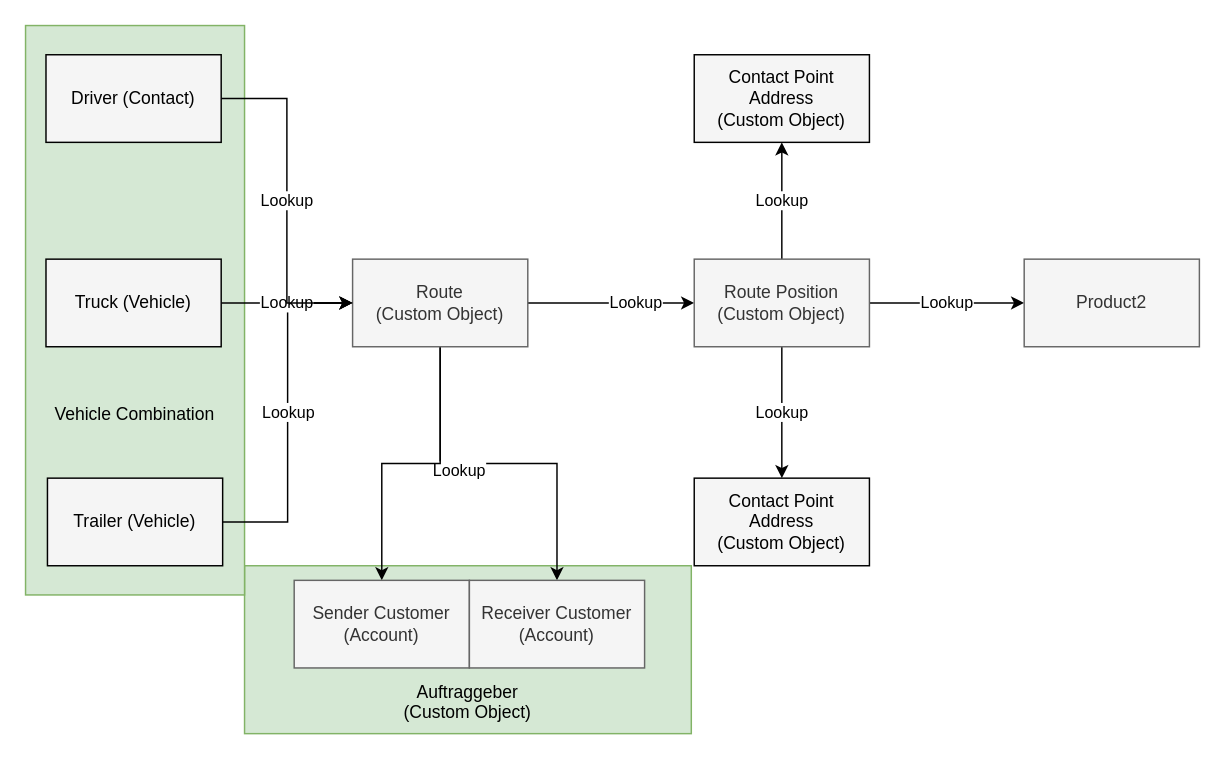
This is MultipleAdresses.drawio from GerkeBF/GerkeBF.github.io, a draw.io file, before an edit. Source tidied: cells renumbered, new cells numbered last; positions are measured from the earlier drawing's top-left corner, leaving out a move shared by most shapes. Both pictures are drawn from the tidied source at 146%, with x=0, y=0 at pixel (25, 25).
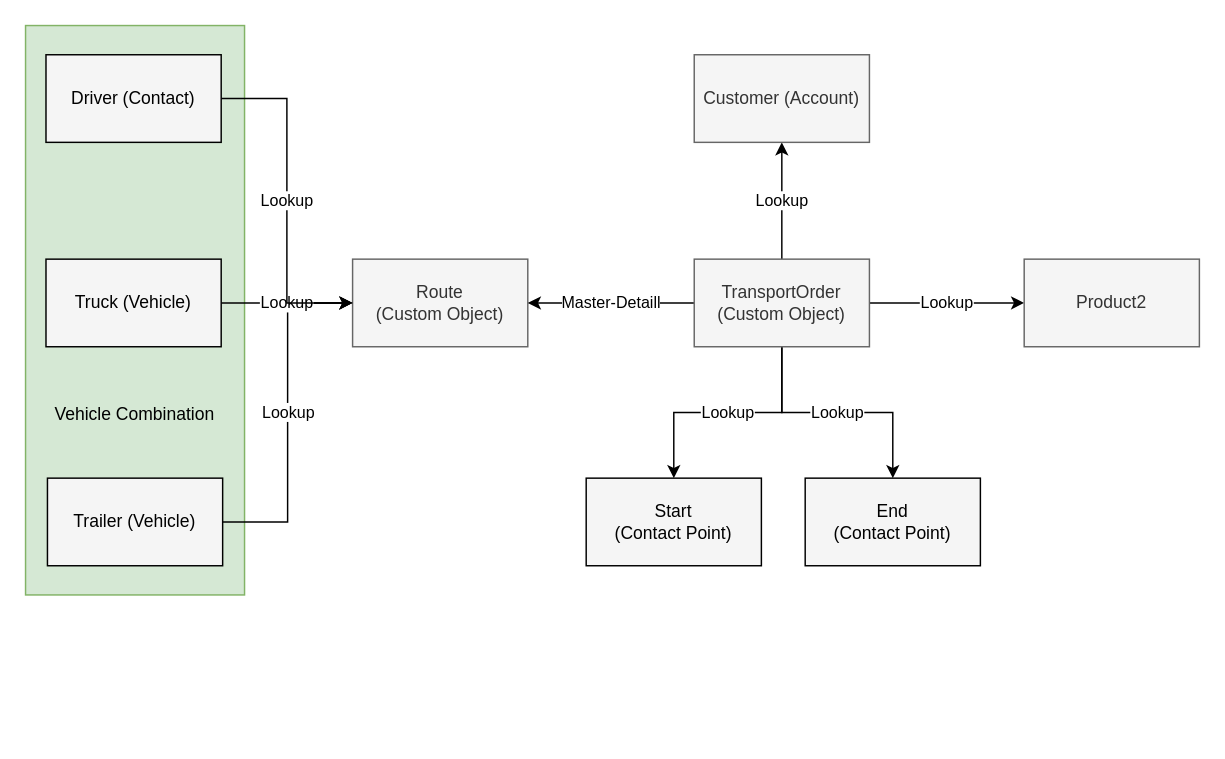
After the change.

The change refers to these unchanged cells:
```xml
<mxCell id="9" value="Route &lt;br&gt;(Custom Object)" style="rounded=0;whiteSpace=wrap;html=1;fillColor=#f5f5f5;fontColor=#333333;strokeColor=#666666;" parent="1" vertex="1">
  <mxGeometry x="224" y="160" width="120" height="60" as="geometry" />
</mxCell>
```

The edit, as a diff of the source:
```diff
@@
-    <mxCell id="2" value="&lt;br&gt;&lt;br&gt;&lt;br&gt;&lt;br&gt;&lt;br&gt;Auftraggeber &lt;br&gt;(Custom Object)" style="rounded=0;whiteSpace=wrap;html=1;fillColor=#d5e8d4;strokeColor=#82b366;" parent="1" vertex="1">
-      <mxGeometry x="150" y="370" width="306" height="115" as="geometry" />
-    </mxCell>
@@
-    <mxCell id="4" style="edgeStyle=orthogonalEdgeStyle;rounded=0;jettySize=auto;html=1;exitX=0.5;exitY=1;exitDx=0;exitDy=0;" parent="1" edge="1" source="9" target="11">
-      <mxGeometry relative="1" as="geometry" />
-    </mxCell>
-    <mxCell id="5" value="Lookup&lt;br&gt;" style="edgeLabel;html=1;align=center;verticalAlign=middle;" parent="4" vertex="1">
-      <mxGeometry x="-0.24" y="3" relative="1" as="geometry">
-        <mxPoint x="1" y="7" as="offset" />
-      </mxGeometry>
-    </mxCell>
-    <mxCell id="6" style="edgeStyle=orthogonalEdgeStyle;rounded=0;jettySize=auto;html=1;exitX=1;exitY=0.5;exitDx=0;exitDy=0;entryX=0;entryY=0.5;entryDx=0;entryDy=0;" parent="1" edge="1" source="9" target="15">
-      <mxGeometry relative="1" as="geometry" />
-    </mxCell>
-    <mxCell id="7" value="Lookup" style="edgeLabel;html=1;align=center;verticalAlign=middle;" parent="6" vertex="1">
-      <mxGeometry x="0.28" y="1" relative="1" as="geometry" />
-    </mxCell>
-    <mxCell id="8" style="edgeStyle=orthogonalEdgeStyle;rounded=0;jettySize=auto;html=1;exitX=0.5;exitY=1;exitDx=0;exitDy=0;entryX=0.5;entryY=0;entryDx=0;entryDy=0;" parent="1" edge="1" source="9" target="10">
-      <mxGeometry relative="1" as="geometry" />
-    </mxCell>
+    <mxCell id="25" value="Lookup" style="edgeStyle=orthogonalEdgeStyle;rounded=0;jettySize=auto;html=1;exitX=0.5;exitY=0;exitDx=0;exitDy=0;entryX=0.5;entryY=1;entryDx=0;entryDy=0;" parent="1" edge="1" source="15" target="10">
+      <mxGeometry relative="1" as="geometry" />
+    </mxCell>
@@
-    <mxCell id="10" value="Sender Customer (Account)" style="rounded=0;whiteSpace=wrap;html=1;fillColor=#f5f5f5;fontColor=#333333;strokeColor=#666666;" parent="1" vertex="1">
-      <mxGeometry x="184" y="380" width="120" height="60" as="geometry" />
+    <mxCell id="10" value="Customer (Account)" style="rounded=0;whiteSpace=wrap;html=1;fillColor=#f5f5f5;fontColor=#333333;strokeColor=#666666;" parent="1" vertex="1">
+      <mxGeometry x="458" y="20" width="120" height="60" as="geometry" />
     </mxCell>
-    <mxCell id="11" value="Receiver Customer (Account)&lt;br&gt;" style="rounded=0;whiteSpace=wrap;html=1;fillColor=#f5f5f5;fontColor=#333333;strokeColor=#666666;" parent="1" vertex="1">
-      <mxGeometry x="304" y="380" width="120" height="60" as="geometry" />
-    </mxCell>
@@
-    <mxCell id="13" value="Lookup" style="edgeStyle=orthogonalEdgeStyle;rounded=0;jettySize=auto;html=1;exitX=0.5;exitY=0;exitDx=0;exitDy=0;" parent="1" edge="1" source="15" target="18">
+    <mxCell id="13" value="Lookup" style="edgeStyle=orthogonalEdgeStyle;rounded=0;jettySize=auto;html=1;exitX=0.5;exitY=1;exitDx=0;exitDy=0;" parent="1" edge="1" source="15" target="18">
       <mxGeometry relative="1" as="geometry" />
     </mxCell>
@@
+    <mxCell id="26" value="Master-Detaill" style="edgeStyle=orthogonalEdgeStyle;rounded=0;jettySize=auto;html=1;exitX=0;exitY=0.5;exitDx=0;exitDy=0;entryX=1;entryY=0.5;entryDx=0;entryDy=0;" parent="1" edge="1" source="15" target="9">
+      <mxGeometry relative="1" as="geometry" />
+    </mxCell>
-    <mxCell id="15" value="Route Position&lt;br&gt;(Custom Object)" style="rounded=0;whiteSpace=wrap;html=1;fillColor=#f5f5f5;fontColor=#333333;strokeColor=#666666;" parent="1" vertex="1">
+    <mxCell id="15" value="TransportOrder&lt;br&gt;(Custom Object)" style="rounded=0;whiteSpace=wrap;html=1;fillColor=#f5f5f5;fontColor=#333333;strokeColor=#666666;" parent="1" vertex="1">
       <mxGeometry x="458" y="160" width="120" height="60" as="geometry" />
     </mxCell>
@@
-    <mxCell id="17" value="Contact Point Address&lt;br&gt;(Custom Object)" style="rounded=0;whiteSpace=wrap;html=1;fillColor=#F5F5F5;" parent="1" vertex="1">
-      <mxGeometry x="458" y="310" width="120" height="60" as="geometry" />
+    <mxCell id="17" value="End&lt;br&gt;(Contact Point)" style="rounded=0;whiteSpace=wrap;html=1;fillColor=#F5F5F5;" parent="1" vertex="1">
+      <mxGeometry x="534" y="310" width="120" height="60" as="geometry" />
     </mxCell>
-    <mxCell id="18" value="Contact Point Address &lt;br&gt;(Custom Object)" style="rounded=0;whiteSpace=wrap;html=1;fillColor=#F5F5F5;" parent="1" vertex="1">
-      <mxGeometry x="458" y="20" width="120" height="60" as="geometry" />
+    <mxCell id="18" value="Start&lt;br&gt;(Contact Point)" style="rounded=0;whiteSpace=wrap;html=1;fillColor=#F5F5F5;" parent="1" vertex="1">
+      <mxGeometry x="384" y="310" width="120" height="60" as="geometry" />
     </mxCell>
```
